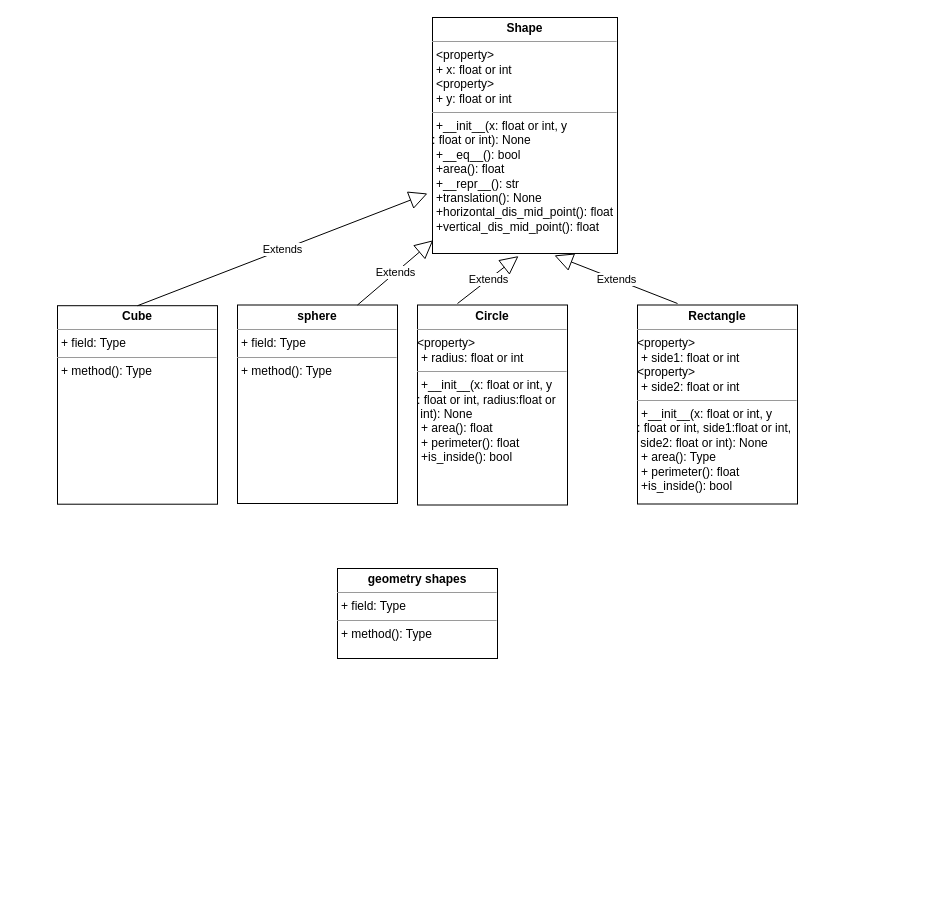
The draw.io diagram Labs/Lab3.geometry-OOP/geometry-OOP-UML.drawio in yuna-liu/python-programming-Yuna-Liu, before the edit. Source tidied: cells renumbered, new cells numbered last; positions are measured from the earlier drawing's top-left corner, leaving out a move shared by most shapes. Both pictures are drawn from the tidied source at 100%, with x=0, y=0 at pixel (57, 17).
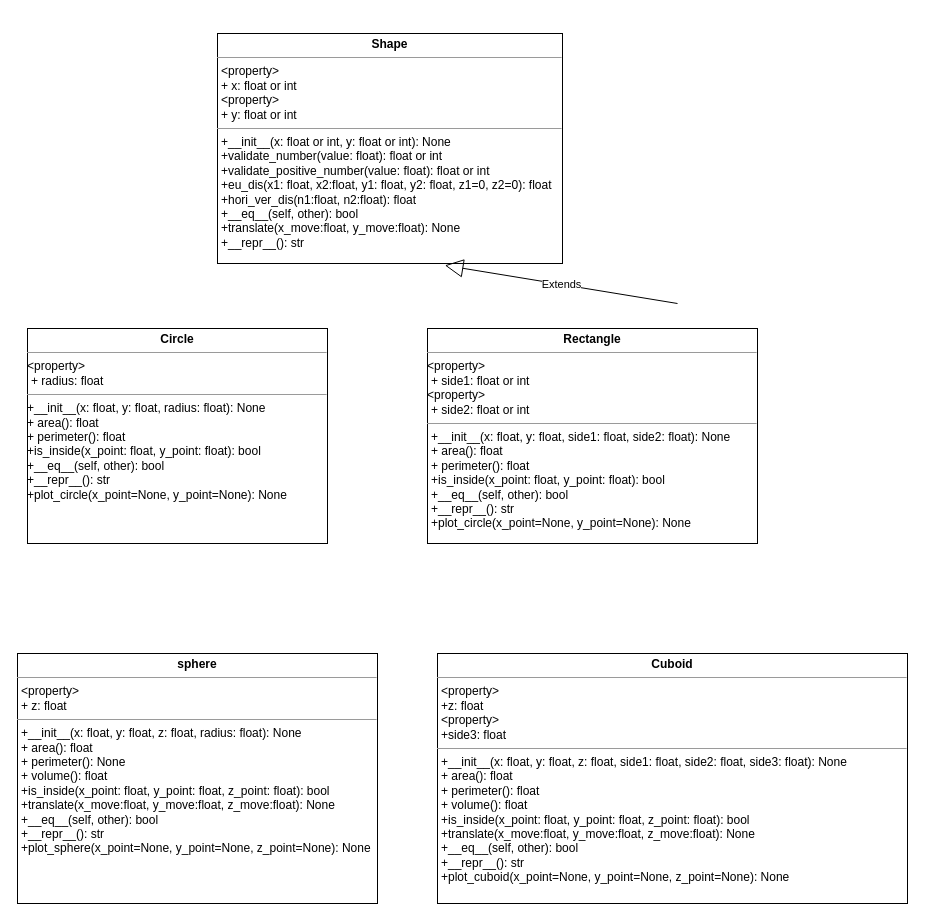
The same diagram, later.

Commit message (it also covers changes not shown here):
Add none to plot method

What changed in the source:
```diff
@@
 <mxGraphModel>
   <root>
     <mxCell id="0" />
     <mxCell id="1" parent="0" />
-    <mxCell id="2" value="&lt;p style=&quot;margin: 0px ; margin-top: 4px ; text-align: center&quot;&gt;&lt;b&gt;Circle&lt;/b&gt;&lt;/p&gt;&lt;hr size=&quot;1&quot;&gt;&amp;lt;property&amp;gt;&lt;p style=&quot;margin: 0px ; margin-left: 4px&quot;&gt;&lt;span&gt;+ radius: float or int&lt;/span&gt;&lt;br&gt;&lt;/p&gt;&lt;hr size=&quot;1&quot;&gt;&lt;p style=&quot;margin: 0px 0px 0px 4px&quot;&gt;+__init__(x: float or int, y&lt;/p&gt;: float or int, radius:float or&lt;br&gt;&amp;nbsp;int): None&lt;br&gt;&lt;p style=&quot;margin: 0px ; margin-left: 4px&quot;&gt;+ area(): float&lt;/p&gt;&lt;p style=&quot;margin: 0px ; margin-left: 4px&quot;&gt;+ perimeter(): float&lt;/p&gt;&lt;p style=&quot;margin: 0px ; margin-left: 4px&quot;&gt;+is_inside(): bool&lt;br&gt;&lt;/p&gt;" style="verticalAlign=top;align=left;overflow=fill;fontSize=12;fontFamily=Helvetica;html=1;" parent="1" vertex="1">
-      <mxGeometry x="360" y="287.5" width="150" height="200" as="geometry" />
+    <mxCell id="2" value="&lt;p style=&quot;margin: 0px ; margin-top: 4px ; text-align: center&quot;&gt;&lt;b&gt;Circle&lt;/b&gt;&lt;/p&gt;&lt;hr size=&quot;1&quot;&gt;&amp;lt;property&amp;gt;&lt;p style=&quot;margin: 0px ; margin-left: 4px&quot;&gt;&lt;span&gt;+ radius: float&lt;/span&gt;&lt;br&gt;&lt;/p&gt;&lt;hr size=&quot;1&quot;&gt;&lt;p style=&quot;margin: 0px 0px 0px 4px&quot;&gt;&lt;/p&gt;+__init__(x: float, y: float, radius: float): None&lt;br&gt;&lt;span&gt;+ area(): float&lt;br&gt;&lt;/span&gt;&lt;span&gt;+ perimeter(): float&lt;br&gt;&lt;/span&gt;&lt;span&gt;+is_inside(x_point: float, y_point: float): bool&lt;br&gt;&lt;/span&gt;&lt;span&gt;+__eq__(self, other): bool&lt;br&gt;+__repr__(): str&lt;br&gt;+plot_circle(x_point=None, y_point=None): None&lt;br&gt;&lt;/span&gt;" style="verticalAlign=top;align=left;overflow=fill;fontSize=12;fontFamily=Helvetica;html=1;" parent="1" vertex="1">
+      <mxGeometry x="-30" y="311" width="300" height="215" as="geometry" />
     </mxCell>
-    <mxCell id="3" value="&lt;p style=&quot;margin: 0px ; margin-top: 4px ; text-align: center&quot;&gt;&lt;b&gt;Shape&lt;/b&gt;&lt;/p&gt;&lt;hr size=&quot;1&quot;&gt;&lt;p style=&quot;margin: 0px 0px 0px 4px&quot;&gt;&amp;lt;property&amp;gt;&lt;/p&gt;&lt;p style=&quot;margin: 0px 0px 0px 4px&quot;&gt;+ x: float or int&lt;/p&gt;&lt;p style=&quot;margin: 0px 0px 0px 4px&quot;&gt;&amp;lt;property&amp;gt;&lt;br&gt;&lt;/p&gt;&lt;p style=&quot;margin: 0px 0px 0px 4px&quot;&gt;+ y: float or int&lt;/p&gt;&lt;hr size=&quot;1&quot;&gt;&lt;p style=&quot;margin: 0px ; margin-left: 4px&quot;&gt;&lt;span&gt;+__init__(x: float or int, y&lt;/span&gt;&lt;/p&gt;: float or int): None&lt;p style=&quot;margin: 0px ; margin-left: 4px&quot;&gt;&lt;span&gt;+__eq__(): bool&lt;/span&gt;&lt;br&gt;&lt;/p&gt;&lt;p style=&quot;margin: 0px ; margin-left: 4px&quot;&gt;&lt;span&gt;+area(): float&lt;/span&gt;&lt;/p&gt;&lt;p style=&quot;margin: 0px ; margin-left: 4px&quot;&gt;&lt;span&gt;+__repr__(): str&lt;/span&gt;&lt;/p&gt;&lt;p style=&quot;margin: 0px ; margin-left: 4px&quot;&gt;&lt;span&gt;+translation(): None&lt;/span&gt;&lt;/p&gt;&lt;p style=&quot;margin: 0px ; margin-left: 4px&quot;&gt;&lt;span&gt;+horizontal_dis_mid_point(): float&lt;/span&gt;&lt;/p&gt;&lt;p style=&quot;margin: 0px 0px 0px 4px&quot;&gt;+vertical_dis_mid_point(): float&lt;/p&gt;&lt;p style=&quot;margin: 0px 0px 0px 4px&quot;&gt;&lt;br&gt;&lt;/p&gt;&lt;p style=&quot;margin: 0px ; margin-left: 4px&quot;&gt;&lt;br&gt;&lt;/p&gt;" style="verticalAlign=top;align=left;overflow=fill;fontSize=12;fontFamily=Helvetica;html=1;" parent="1" vertex="1">
-      <mxGeometry x="375" width="185" height="236" as="geometry" />
+    <mxCell id="3" value="&lt;p style=&quot;margin: 0px ; margin-top: 4px ; text-align: center&quot;&gt;&lt;b&gt;Shape&lt;/b&gt;&lt;/p&gt;&lt;hr size=&quot;1&quot;&gt;&lt;p style=&quot;margin: 0px 0px 0px 4px&quot;&gt;&amp;lt;property&amp;gt;&lt;/p&gt;&lt;p style=&quot;margin: 0px 0px 0px 4px&quot;&gt;+ x: float or int&lt;/p&gt;&lt;p style=&quot;margin: 0px 0px 0px 4px&quot;&gt;&amp;lt;property&amp;gt;&lt;br&gt;&lt;/p&gt;&lt;p style=&quot;margin: 0px 0px 0px 4px&quot;&gt;+ y: float or int&lt;/p&gt;&lt;hr size=&quot;1&quot;&gt;&lt;p style=&quot;margin: 0px ; margin-left: 4px&quot;&gt;&lt;span&gt;+__init__(x: float or int, y: float or int): None&lt;/span&gt;&lt;/p&gt;&lt;p style=&quot;margin: 0px ; margin-left: 4px&quot;&gt;+validate_number(value: float): float or int&lt;/p&gt;&lt;p style=&quot;margin: 0px ; margin-left: 4px&quot;&gt;+validate_positive_number(value: float): float or int&lt;br&gt;&lt;/p&gt;&lt;p style=&quot;margin: 0px ; margin-left: 4px&quot;&gt;+eu_dis(x1: float, x2:float, y1: float, y2: float, z1=0, z2=0): float&lt;br&gt;&lt;/p&gt;&lt;p style=&quot;margin: 0px ; margin-left: 4px&quot;&gt;+hori_ver_dis(n1:float, n2:float): float&lt;br&gt;&lt;/p&gt;&lt;p style=&quot;margin: 0px ; margin-left: 4px&quot;&gt;&lt;span&gt;+__eq__(self, other): bool&lt;/span&gt;&lt;br&gt;&lt;/p&gt;&lt;p style=&quot;margin: 0px ; margin-left: 4px&quot;&gt;+translate(x_move:float, y_move:float): None&lt;span&gt;&lt;br&gt;&lt;/span&gt;&lt;/p&gt;&lt;p style=&quot;margin: 0px ; margin-left: 4px&quot;&gt;&lt;span&gt;+__repr__(): str&lt;/span&gt;&lt;br&gt;&lt;/p&gt;&lt;p style=&quot;margin: 0px ; margin-left: 4px&quot;&gt;&lt;br&gt;&lt;/p&gt;&lt;p style=&quot;margin: 0px ; margin-left: 4px&quot;&gt;&lt;br&gt;&lt;/p&gt;&lt;p style=&quot;margin: 0px 0px 0px 4px&quot;&gt;&lt;br&gt;&lt;/p&gt;&lt;p style=&quot;margin: 0px ; margin-left: 4px&quot;&gt;&lt;br&gt;&lt;/p&gt;" style="verticalAlign=top;align=left;overflow=fill;fontSize=12;fontFamily=Helvetica;html=1;" parent="1" vertex="1">
+      <mxGeometry x="160" y="16" width="345" height="230" as="geometry" />
     </mxCell>
-    <mxCell id="4" value="&lt;p style=&quot;margin: 0px ; margin-top: 4px ; text-align: center&quot;&gt;&lt;b&gt;Rectangle&lt;/b&gt;&lt;/p&gt;&lt;hr size=&quot;1&quot;&gt;&amp;lt;property&amp;gt;&lt;p style=&quot;margin: 0px ; margin-left: 4px&quot;&gt;&lt;span&gt;+ side1: float or int&lt;/span&gt;&lt;br&gt;&lt;/p&gt;&amp;lt;property&amp;gt;&lt;p style=&quot;margin: 0px ; margin-left: 4px&quot;&gt;+ side2: float or int&lt;span&gt;&lt;br&gt;&lt;/span&gt;&lt;/p&gt;&lt;hr size=&quot;1&quot;&gt;&lt;p style=&quot;margin: 0px 0px 0px 4px&quot;&gt;+__init__(x: float or int, y&lt;/p&gt;: float or int, side1:float or int,&lt;br&gt;&amp;nbsp;side2: float or int): None&lt;br&gt;&lt;p style=&quot;margin: 0px ; margin-left: 4px&quot;&gt;+ area(): Type&lt;/p&gt;&lt;p style=&quot;margin: 0px ; margin-left: 4px&quot;&gt;+ perimeter(): float&lt;br&gt;&lt;/p&gt;&lt;p style=&quot;margin: 0px ; margin-left: 4px&quot;&gt;+is_inside(): bool&lt;br&gt;&lt;/p&gt;" style="verticalAlign=top;align=left;overflow=fill;fontSize=12;fontFamily=Helvetica;html=1;" parent="1" vertex="1">
-      <mxGeometry x="580" y="287.5" width="160" height="199" as="geometry" />
+    <mxCell id="4" value="&lt;p style=&quot;margin: 0px ; margin-top: 4px ; text-align: center&quot;&gt;&lt;b&gt;Rectangle&lt;/b&gt;&lt;/p&gt;&lt;hr size=&quot;1&quot;&gt;&amp;lt;property&amp;gt;&lt;p style=&quot;margin: 0px ; margin-left: 4px&quot;&gt;&lt;span&gt;+ side1: float or int&lt;/span&gt;&lt;br&gt;&lt;/p&gt;&amp;lt;property&amp;gt;&lt;p style=&quot;margin: 0px ; margin-left: 4px&quot;&gt;+ side2: float or int&lt;span&gt;&lt;br&gt;&lt;/span&gt;&lt;/p&gt;&lt;hr size=&quot;1&quot;&gt;&lt;p style=&quot;margin: 0px 0px 0px 4px&quot;&gt;+__init__(x: float, y: float, side1: float, side2: float): None&lt;br&gt;+ area(): float&lt;br&gt;+ perimeter(): float&lt;br&gt;+is_inside(x_point: float, y_point: float): bool&lt;br&gt;+__eq__(self, other): bool&lt;br&gt;+__repr__(): str&lt;br&gt;+plot_circle(x_point=None, y_point=None): None&lt;br&gt;&lt;/p&gt;" style="verticalAlign=top;align=left;overflow=fill;fontSize=12;fontFamily=Helvetica;html=1;" parent="1" vertex="1">
+      <mxGeometry x="370" y="311" width="330" height="215" as="geometry" />
     </mxCell>
-    <mxCell id="5" value="Extends" style="endArrow=block;endSize=16;endFill=0;html=1;entryX=0.465;entryY=1.011;entryDx=0;entryDy=0;entryPerimeter=0;" parent="1" edge="1" target="3">
-      <mxGeometry relative="1" as="geometry">
-        <mxPoint x="400" y="286" as="sourcePoint" />
-      </mxGeometry>
-    </mxCell>
     <mxCell id="6" value="Extends" style="endArrow=block;endSize=16;endFill=0;html=1;entryX=0.659;entryY=1.008;entryDx=0;entryDy=0;entryPerimeter=0;" parent="1" edge="1" target="3">
       <mxGeometry relative="1" as="geometry">
         <mxPoint x="620" y="286" as="sourcePoint" />
       </mxGeometry>
     </mxCell>
-    <mxCell id="7" value="&lt;p style=&quot;margin: 0px ; margin-top: 4px ; text-align: center&quot;&gt;&lt;b&gt;sphere&lt;/b&gt;&lt;br&gt;&lt;/p&gt;&lt;hr size=&quot;1&quot;&gt;&lt;p style=&quot;margin: 0px ; margin-left: 4px&quot;&gt;+ field: Type&lt;/p&gt;&lt;hr size=&quot;1&quot;&gt;&lt;p style=&quot;margin: 0px ; margin-left: 4px&quot;&gt;+ method(): Type&lt;/p&gt;" style="verticalAlign=top;align=left;overflow=fill;fontSize=12;fontFamily=Helvetica;html=1;" parent="1" vertex="1">
-      <mxGeometry x="180" y="287.5" width="160" height="198.5" as="geometry" />
+    <mxCell id="7" value="&lt;p style=&quot;margin: 0px ; margin-top: 4px ; text-align: center&quot;&gt;&lt;b&gt;sphere&lt;/b&gt;&lt;br&gt;&lt;/p&gt;&lt;hr size=&quot;1&quot;&gt;&lt;p style=&quot;margin: 0px ; margin-left: 4px&quot;&gt;&amp;lt;property&amp;gt;&lt;/p&gt;&lt;p style=&quot;margin: 0px 0px 0px 4px&quot;&gt;+ z: float&lt;br&gt;&lt;/p&gt;&lt;hr size=&quot;1&quot;&gt;&lt;p style=&quot;margin: 0px 0px 0px 4px&quot;&gt;&lt;/p&gt;&lt;p style=&quot;margin: 0px ; margin-left: 4px&quot;&gt;+__init__(x: float, y: float, z: float, radius: float): None&lt;br&gt;+ area(): float&lt;br&gt;+ perimeter(): None&lt;/p&gt;&lt;p style=&quot;margin: 0px ; margin-left: 4px&quot;&gt;+ volume(): float&lt;br&gt;+is_inside(x_point: float, y_point: float, z_point: float): bool&lt;/p&gt;&lt;p style=&quot;margin: 0px ; margin-left: 4px&quot;&gt;+translate(x_move:float, y_move:float, z_move:float): None&lt;br&gt;+__eq__(self, other): bool&lt;br&gt;+__repr__(): str&lt;br&gt;+plot_sphere(x_point=None, y_point=None, z_point=None): None&lt;br&gt;&lt;/p&gt;" style="verticalAlign=top;align=left;overflow=fill;fontSize=12;fontFamily=Helvetica;html=1;" parent="1" vertex="1">
+      <mxGeometry x="-40" y="636" width="360" height="250" as="geometry" />
     </mxCell>
-    <mxCell id="8" value="&lt;p style=&quot;margin: 0px ; margin-top: 4px ; text-align: center&quot;&gt;&lt;b&gt;Cube&lt;/b&gt;&lt;/p&gt;&lt;hr size=&quot;1&quot;&gt;&lt;p style=&quot;margin: 0px ; margin-left: 4px&quot;&gt;+ field: Type&lt;/p&gt;&lt;hr size=&quot;1&quot;&gt;&lt;p style=&quot;margin: 0px ; margin-left: 4px&quot;&gt;+ method(): Type&lt;/p&gt;" style="verticalAlign=top;align=left;overflow=fill;fontSize=12;fontFamily=Helvetica;html=1;" parent="1" vertex="1">
-      <mxGeometry y="288.2" width="160" height="198.5" as="geometry" />
+    <mxCell id="8" value="&lt;p style=&quot;margin: 0px ; margin-top: 4px ; text-align: center&quot;&gt;&lt;b&gt;Cuboid&lt;/b&gt;&lt;/p&gt;&lt;hr size=&quot;1&quot;&gt;&lt;p style=&quot;margin: 0px ; margin-left: 4px&quot;&gt;&amp;lt;property&amp;gt;&lt;/p&gt;&lt;p style=&quot;margin: 0px 0px 0px 4px&quot;&gt;+z: float&lt;/p&gt;&lt;p style=&quot;margin: 0px 0px 0px 4px&quot;&gt;&amp;lt;property&amp;gt;&lt;/p&gt;&lt;p style=&quot;margin: 0px 0px 0px 4px&quot;&gt;+side3: float&lt;/p&gt;&lt;hr size=&quot;1&quot;&gt;&lt;p style=&quot;margin: 0px 0px 0px 4px&quot;&gt;+__init__(x: float, y: float, z: float, side1: float, side2: float, side3: float): None&lt;br&gt;+ area(): float&lt;br&gt;+ perimeter(): float&lt;/p&gt;&lt;p style=&quot;margin: 0px 0px 0px 4px&quot;&gt;+ volume(): float&lt;br&gt;+is_inside(x_point: float, y_point: float, z_point: float): bool&lt;/p&gt;&lt;p style=&quot;margin: 0px 0px 0px 4px&quot;&gt;+translate(x_move:float, y_move:float, z_move:float): None&lt;br&gt;+__eq__(self, other): bool&lt;br&gt;+__repr__(): str&lt;br&gt;+plot_cuboid(x_point=None, y_point=None, z_point=None): None&lt;/p&gt;" style="verticalAlign=top;align=left;overflow=fill;fontSize=12;fontFamily=Helvetica;html=1;" parent="1" vertex="1">
+      <mxGeometry x="380" y="636" width="470" height="250" as="geometry" />
     </mxCell>
-    <mxCell id="9" value="Extends" style="endArrow=block;endSize=16;endFill=0;html=1;exitX=0.5;exitY=0;exitDx=0;exitDy=0;" parent="1" edge="1" source="8">
-      <mxGeometry relative="1" as="geometry">
-        <mxPoint x="370" y="176" as="targetPoint" />
-      </mxGeometry>
-    </mxCell>
-    <mxCell id="10" value="Extends" style="endArrow=block;endSize=16;endFill=0;html=1;exitX=0.75;exitY=0;exitDx=0;exitDy=0;entryX=0.004;entryY=0.944;entryDx=0;entryDy=0;entryPerimeter=0;" parent="1" edge="1" source="7" target="3">
-      <mxGeometry relative="1" as="geometry" />
-    </mxCell>
-    <mxCell id="11" value="&lt;p style=&quot;margin: 0px ; margin-top: 4px ; text-align: center&quot;&gt;&lt;b&gt;geometry shapes&lt;/b&gt;&lt;/p&gt;&lt;hr size=&quot;1&quot;&gt;&lt;p style=&quot;margin: 0px ; margin-left: 4px&quot;&gt;+ field: Type&lt;/p&gt;&lt;hr size=&quot;1&quot;&gt;&lt;p style=&quot;margin: 0px ; margin-left: 4px&quot;&gt;+ method(): Type&lt;/p&gt;" style="verticalAlign=top;align=left;overflow=fill;fontSize=12;fontFamily=Helvetica;html=1;" parent="1" vertex="1">
-      <mxGeometry x="280" y="551" width="160" height="90" as="geometry" />
-    </mxCell>
   </root>
 </mxGraphModel>
```
